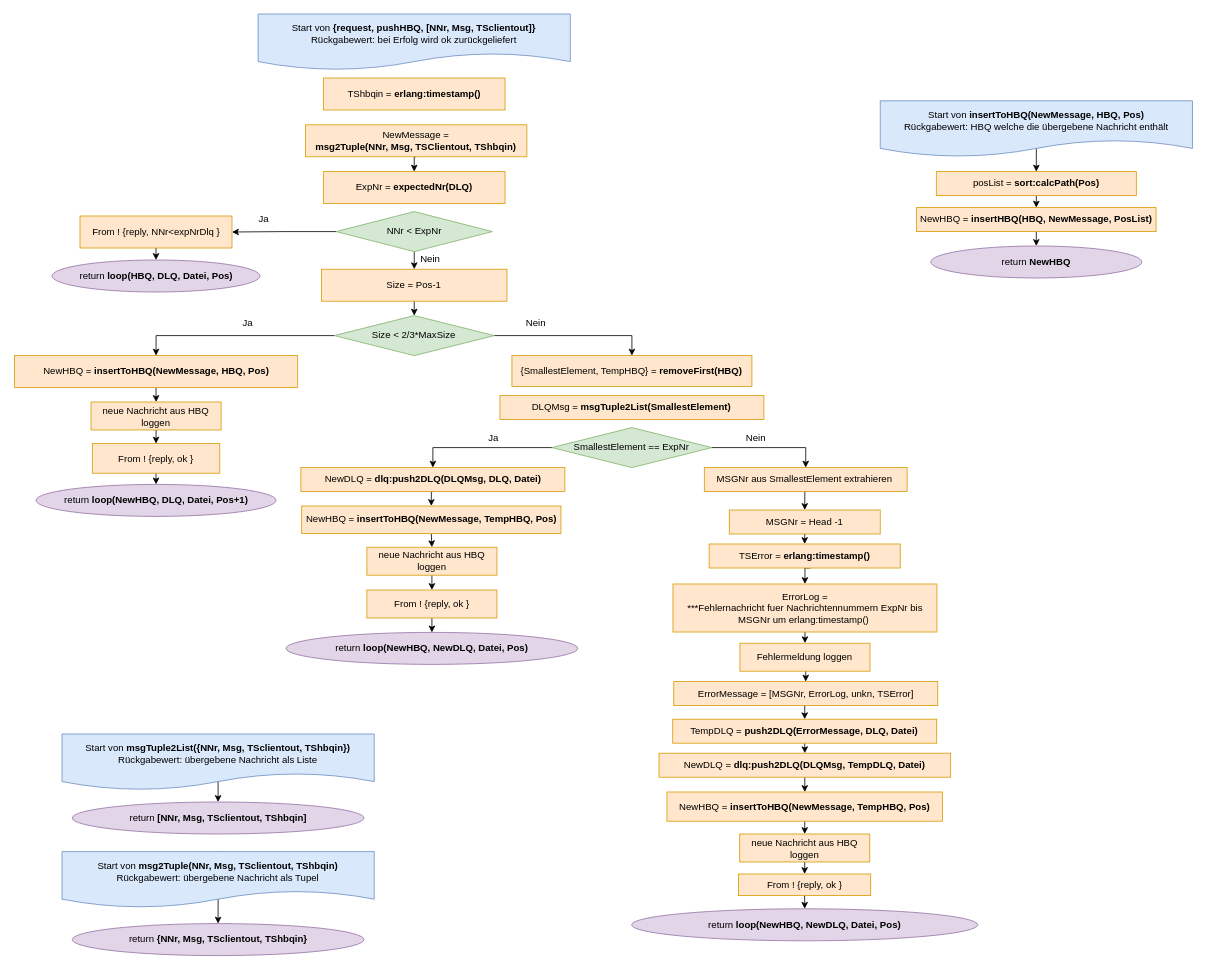
The draw.io diagram Grafiken:Bilder/draw.io/HBQ/2. pushHBQ.drawio in krisschaaf/Hausarbeit_Erlang_Queues, before the edit. Source tidied: cells renumbered, new cells numbered last; positions are measured from the earlier drawing's top-left corner, leaving out a move shared by most shapes. Both pictures are drawn from the tidied source at 80%, with x=0, y=0 at pixel (14, 14).
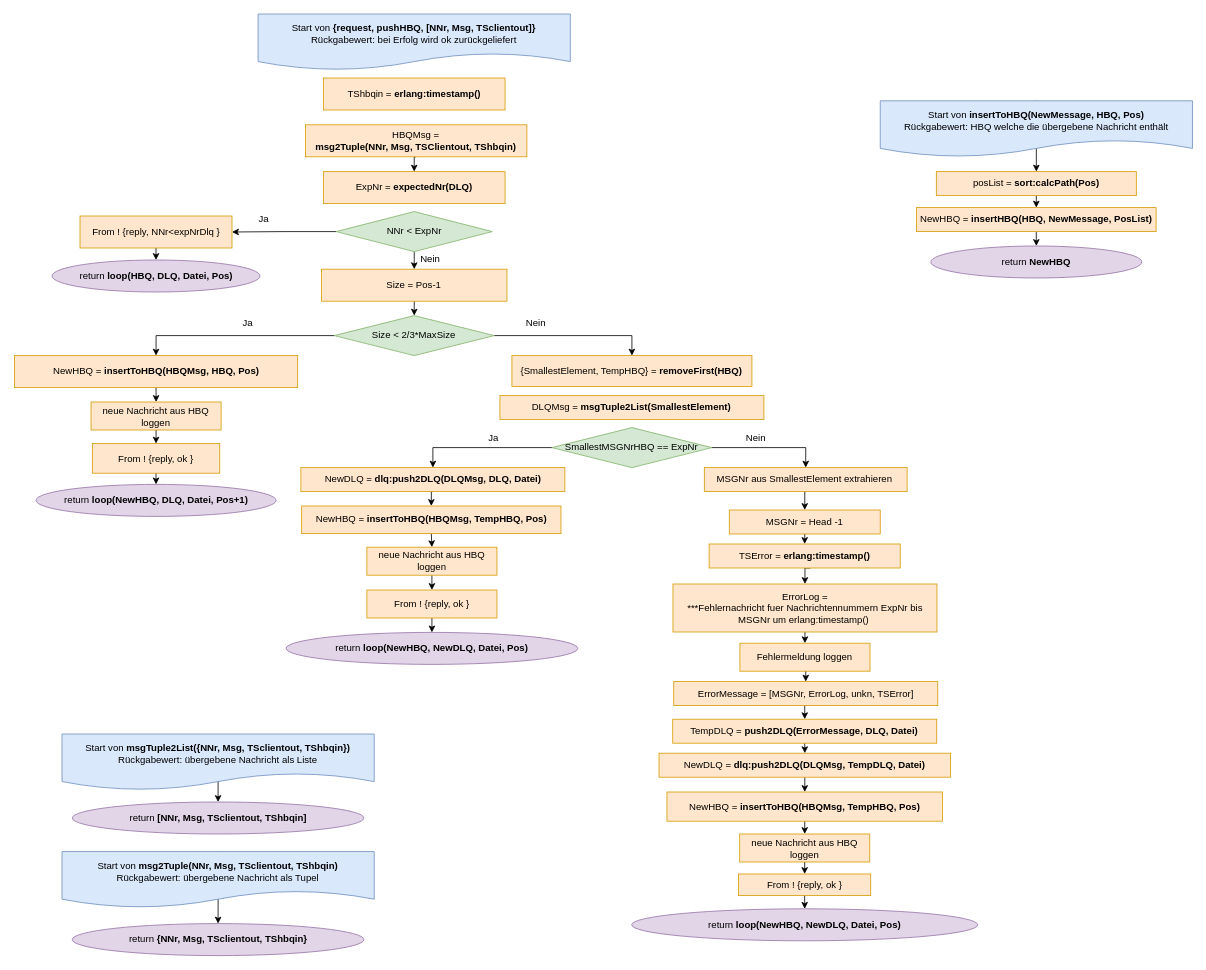
After the change.

Diff of the diagram source:
```diff
@@
-    <mxCell id="5" value="NewHBQ = &lt;b&gt;insertToHBQ(NewMessage, HBQ, Pos)&lt;/b&gt;" style="rounded=0;whiteSpace=wrap;html=1;fillColor=#ffe6cc;strokeColor=#d79b00;" parent="1" vertex="1">
+    <mxCell id="5" value="NewHBQ = &lt;b&gt;insertToHBQ(HBQMsg, HBQ, Pos)&lt;/b&gt;" style="rounded=0;whiteSpace=wrap;html=1;fillColor=#ffe6cc;strokeColor=#d79b00;" parent="1" vertex="1">
       <mxGeometry x="0.5" y="427" width="354.1" height="40" as="geometry" />
     </mxCell>
@@
-    <mxCell id="15" value="&lt;span style=&quot;font-weight: normal&quot;&gt;SmallestElement == ExpNr&lt;/span&gt;" style="rhombus;whiteSpace=wrap;html=1;rounded=0;fillColor=#d5e8d4;strokeColor=#82b366;fontStyle=1;" parent="1" vertex="1">
+    <mxCell id="15" value="&lt;span style=&quot;font-weight: normal&quot;&gt;SmallestMSGNrHBQ == ExpNr&lt;/span&gt;" style="rhombus;whiteSpace=wrap;html=1;rounded=0;fillColor=#d5e8d4;strokeColor=#82b366;fontStyle=1;" parent="1" vertex="1">
       <mxGeometry x="672.4" y="517" width="200" height="50" as="geometry" />
     </mxCell>
@@
-    <mxCell id="43" value="NewHBQ = &lt;b&gt;insertToHBQ(NewMessage, TempHBQ, Pos)&lt;/b&gt;" style="rounded=0;whiteSpace=wrap;html=1;fillColor=#ffe6cc;strokeColor=#d79b00;" parent="1" vertex="1">
+    <mxCell id="43" value="NewHBQ = &lt;b&gt;insertToHBQ(HBQMsg, TempHBQ, Pos)&lt;/b&gt;" style="rounded=0;whiteSpace=wrap;html=1;fillColor=#ffe6cc;strokeColor=#d79b00;" parent="1" vertex="1">
       <mxGeometry x="359.6" y="615" width="324.1" height="34.5" as="geometry" />
     </mxCell>
@@
-    <mxCell id="45" value="NewHBQ = &lt;b&gt;insertToHBQ(NewMessage, TempHBQ, Pos)&lt;/b&gt;" style="rounded=0;whiteSpace=wrap;html=1;fillColor=#ffe6cc;strokeColor=#d79b00;" parent="1" vertex="1">
+    <mxCell id="45" value="NewHBQ = &lt;b&gt;insertToHBQ(HBQMsg, TempHBQ, Pos)&lt;/b&gt;" style="rounded=0;whiteSpace=wrap;html=1;fillColor=#ffe6cc;strokeColor=#d79b00;" parent="1" vertex="1">
       <mxGeometry x="816.2" y="972.5" width="344.5" height="36.5" as="geometry" />
     </mxCell>
@@
-    <mxCell id="75" value="NewMessage = &lt;br&gt;&lt;b&gt;msg2Tuple(NNr, Msg, TSClientout, TShbqin)&lt;/b&gt;" style="rounded=0;whiteSpace=wrap;html=1;fillColor=#ffe6cc;strokeColor=#d79b00;" parent="1" vertex="1">
+    <mxCell id="75" value="HBQMsg = &lt;br&gt;&lt;b&gt;msg2Tuple(NNr, Msg, TSClientout, TShbqin)&lt;/b&gt;" style="rounded=0;whiteSpace=wrap;html=1;fillColor=#ffe6cc;strokeColor=#d79b00;" parent="1" vertex="1">
       <mxGeometry x="364.3" y="138.5" width="276.8" height="40" as="geometry" />
     </mxCell>
```
